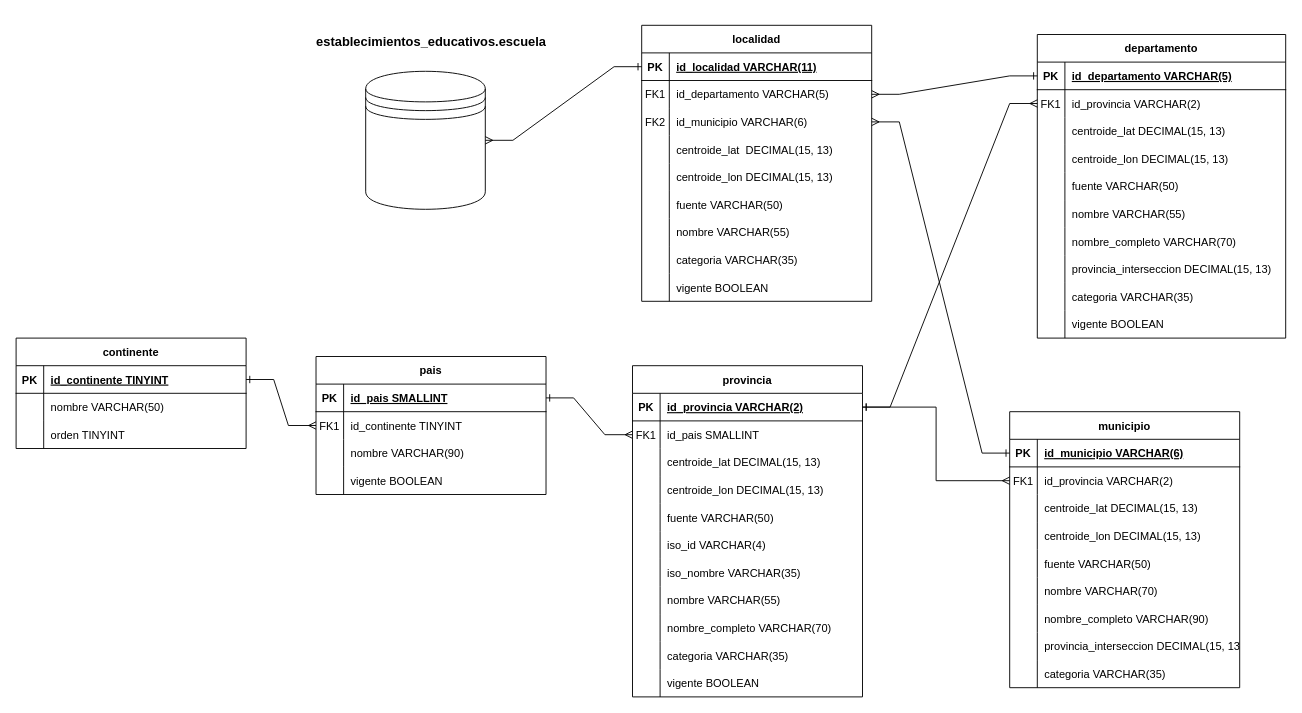
Alexmdq80/SistemaGestionEscolar keeps this draw.io diagram as georef.drawio. Above is the earlier version. Source tidied: cells renumbered, new cells numbered last; positions are measured from the earlier drawing's top-left corner, leaving out a move shared by most shapes. Both pictures are drawn from the tidied source at 92%, with x=0, y=0 at pixel (16, 16).
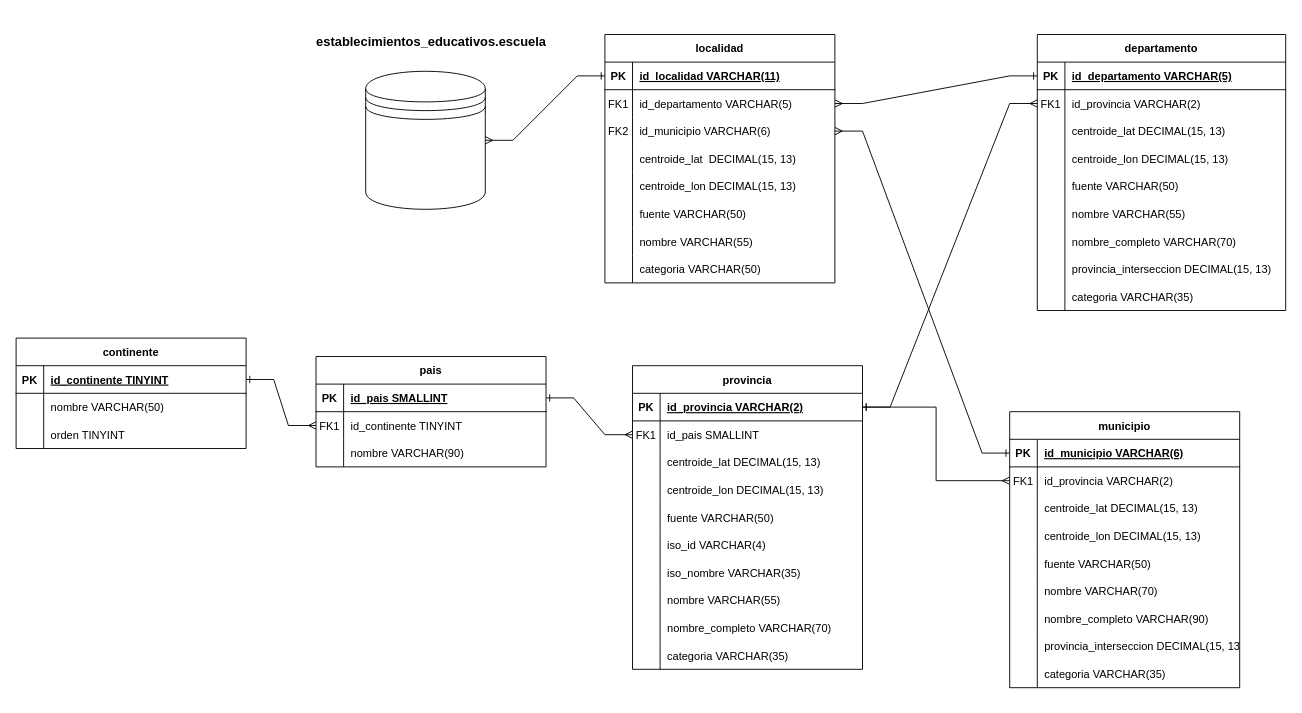
After the change.

The change refers to these unchanged cells:
```xml
<mxCell id="90" style="shape=partialRectangle;fillColor=none;top=0;left=0;right=0;bottom=0;" parent="68" vertex="1">
  <mxGeometry y="240" width="250" height="30" as="geometry" />
</mxCell>
```

What changed in the source:
```diff
@@
     <mxCell id="2" value="provincia" style="shape=table;startSize=30;childLayout=tableLayout;rowLines=0;fontStyle=1;align=center;" parent="1" vertex="1">
-      <mxGeometry x="670" y="380" width="250" height="360" as="geometry" />
+      <mxGeometry x="670" y="380" width="250" height="330" as="geometry" />
     </mxCell>
@@
-    <mxCell id="33" style="shape=partialRectangle;fillColor=none;top=0;left=0;right=0;bottom=0;" parent="2" vertex="1">
-      <mxGeometry y="330" width="250" height="30" as="geometry" />
-    </mxCell>
-    <mxCell id="34" style="shape=partialRectangle;overflow=hidden;fillColor=none;top=0;left=0;bottom=0;right=0;" parent="33" vertex="1">
-      <mxGeometry width="30" height="30" as="geometry" />
-    </mxCell>
-    <mxCell id="35" value="vigente BOOLEAN" style="shape=partialRectangle;overflow=hidden;fillColor=none;top=0;left=0;bottom=0;right=0;align=left;spacingLeft=6;" parent="33" vertex="1">
-      <mxGeometry x="30" width="220" height="30" as="geometry" />
-    </mxCell>
     <mxCell id="36" value="departamento" style="shape=table;startSize=30;childLayout=tableLayout;rowLines=0;fontStyle=1;align=center;" parent="1" vertex="1">
-      <mxGeometry x="1110" y="20" width="270" height="330" as="geometry" />
+      <mxGeometry x="1110" y="20" width="270" height="300" as="geometry" />
     </mxCell>
@@
-    <mxCell id="64" style="shape=partialRectangle;fillColor=none;top=0;left=0;right=0;bottom=0;" parent="36" vertex="1">
-      <mxGeometry y="300" width="270" height="30" as="geometry" />
-    </mxCell>
-    <mxCell id="65" style="shape=partialRectangle;overflow=hidden;fillColor=none;top=0;left=0;bottom=0;right=0;" parent="64" vertex="1">
-      <mxGeometry width="30" height="30" as="geometry" />
-    </mxCell>
-    <mxCell id="66" value="vigente BOOLEAN" style="shape=partialRectangle;overflow=hidden;fillColor=none;top=0;left=0;bottom=0;right=0;align=left;spacingLeft=6;" parent="64" vertex="1">
-      <mxGeometry x="30" width="240" height="30" as="geometry" />
-    </mxCell>
@@
     <mxCell id="68" value="localidad" style="shape=table;startSize=30;childLayout=tableLayout;rowLines=0;fontStyle=1;align=center;" parent="1" vertex="1">
-      <mxGeometry x="680" y="10" width="250" height="300" as="geometry" />
+      <mxGeometry x="640" y="20" width="250" height="270" as="geometry" />
     </mxCell>
@@
-    <mxCell id="92" value="categoria VARCHAR(35)" style="shape=partialRectangle;overflow=hidden;fillColor=none;top=0;left=0;bottom=0;right=0;align=left;spacingLeft=6;" parent="90" vertex="1">
+    <mxCell id="92" value="categoria VARCHAR(50)" style="shape=partialRectangle;overflow=hidden;fillColor=none;top=0;left=0;bottom=0;right=0;align=left;spacingLeft=6;" parent="90" vertex="1">
       <mxGeometry x="30" width="220" height="30" as="geometry" />
     </mxCell>
-    <mxCell id="93" style="shape=partialRectangle;fillColor=none;top=0;left=0;right=0;bottom=0;" parent="68" vertex="1">
-      <mxGeometry y="270" width="250" height="30" as="geometry" />
-    </mxCell>
-    <mxCell id="94" style="shape=partialRectangle;overflow=hidden;fillColor=none;top=0;left=0;bottom=0;right=0;" parent="93" vertex="1">
-      <mxGeometry width="30" height="30" as="geometry" />
-    </mxCell>
-    <mxCell id="95" value="vigente BOOLEAN" style="shape=partialRectangle;overflow=hidden;fillColor=none;top=0;left=0;bottom=0;right=0;align=left;spacingLeft=6;" parent="93" vertex="1">
-      <mxGeometry x="30" width="220" height="30" as="geometry" />
-    </mxCell>
@@
     <mxCell id="97" value="pais" style="shape=table;startSize=30;childLayout=tableLayout;rowLines=0;fontStyle=1;align=center;" parent="1" vertex="1">
-      <mxGeometry x="326" y="370" width="250" height="150" as="geometry" />
+      <mxGeometry x="326" y="370" width="250" height="120" as="geometry" />
     </mxCell>
@@
-    <mxCell id="107" style="shape=partialRectangle;fillColor=none;top=0;left=0;right=0;bottom=0;" parent="97" vertex="1">
-      <mxGeometry y="120" width="250" height="30" as="geometry" />
-    </mxCell>
-    <mxCell id="108" style="shape=partialRectangle;overflow=hidden;fillColor=none;top=0;left=0;bottom=0;right=0;" parent="107" vertex="1">
-      <mxGeometry width="30" height="30" as="geometry" />
-    </mxCell>
-    <mxCell id="109" value="vigente BOOLEAN" style="shape=partialRectangle;overflow=hidden;fillColor=none;top=0;left=0;bottom=0;right=0;align=left;spacingLeft=6;" parent="107" vertex="1">
-      <mxGeometry x="30" width="220" height="30" as="geometry" />
-    </mxCell>
```
